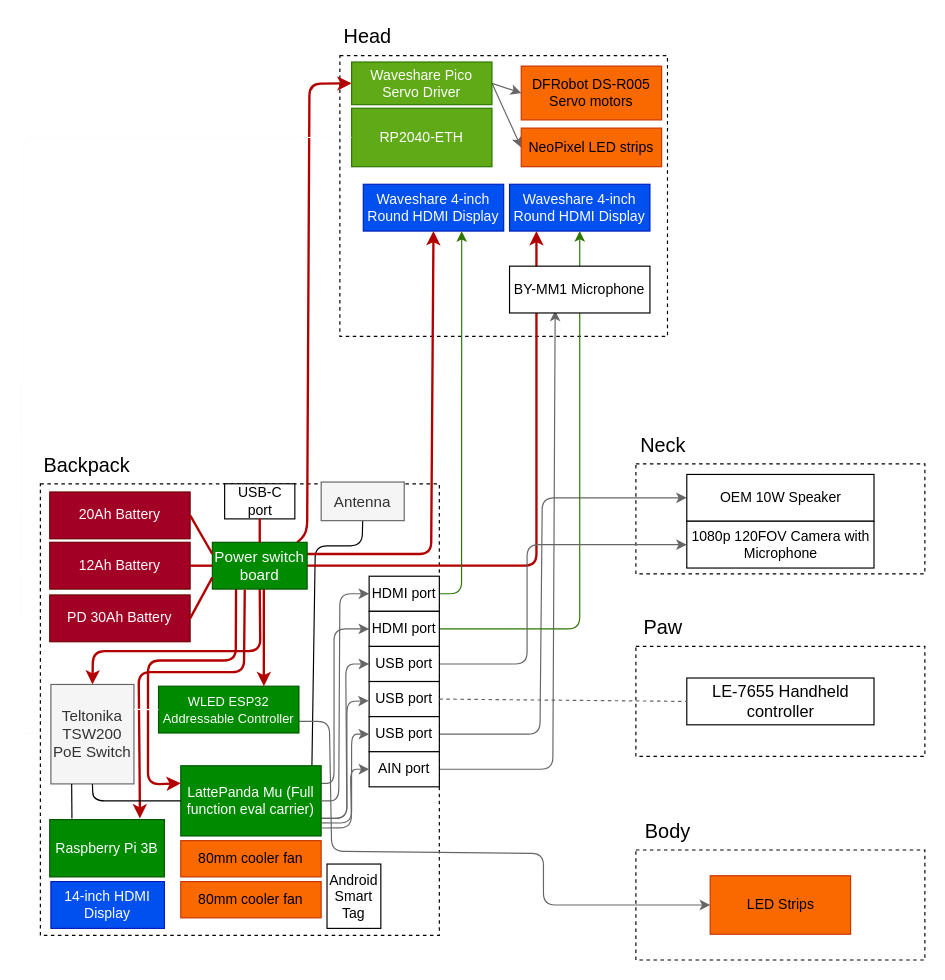
Before: Planning/Hardware.drawio in MekhyW/DYNAMO-Electronic-Fursuit-3.0, a draw.io diagram. Source tidied: cells renumbered, new cells numbered last; positions are measured from the earlier drawing's top-left corner, leaving out a move shared by most shapes. Both pictures are drawn from the tidied source at 117%, with x=0, y=0 at pixel (20, 20).
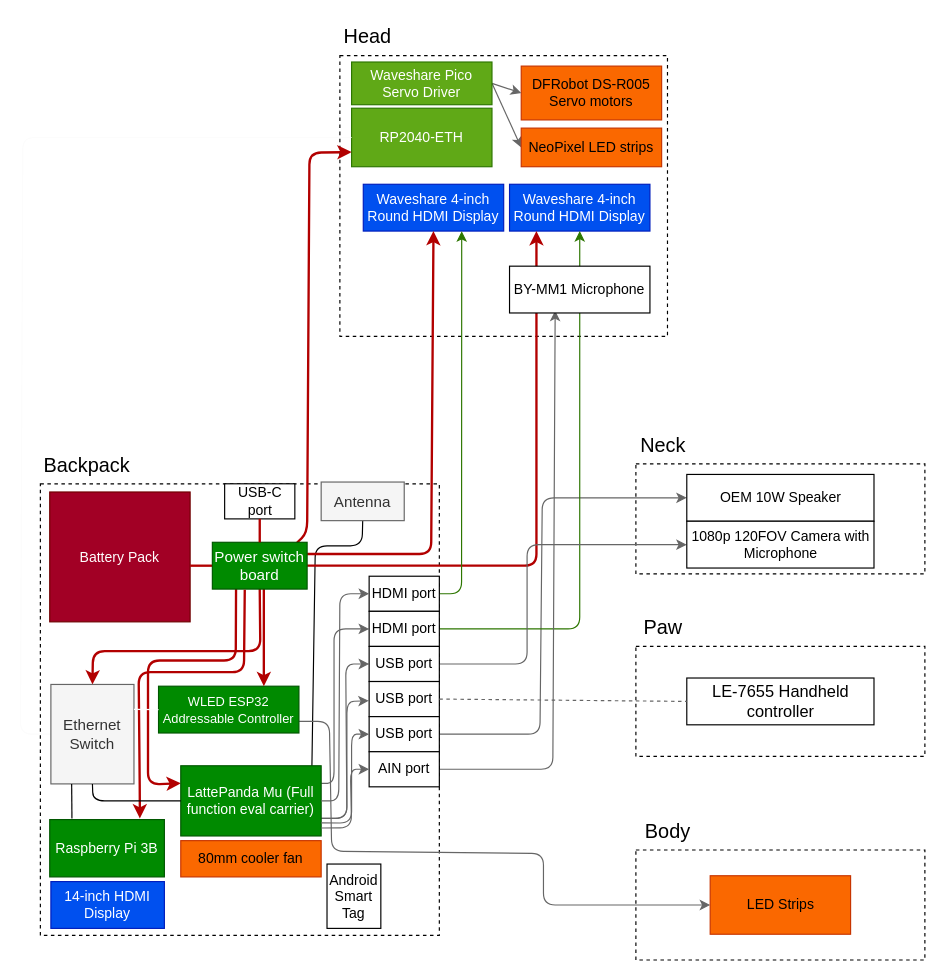
The same page after the edit.

Unchanged cells that the change refers to:
```xml
<mxCell id="6" value="RP2040-ETH" style="rounded=0;whiteSpace=wrap;html=1;fillColor=#60a917;fontColor=#ffffff;strokeColor=#2D7600;" parent="1" vertex="1">
  <mxGeometry x="283" y="75" width="120" height="50" as="geometry" />
</mxCell>
<mxCell id="50" value="&lt;font style=&quot;font-size: 13px;&quot;&gt;Power switch board&lt;/font&gt;" style="rounded=0;whiteSpace=wrap;html=1;fillColor=#008a00;fontColor=#ffffff;strokeColor=#005700;fontSize=13;" parent="1" vertex="1">
  <mxGeometry x="164" y="446" width="81" height="40" as="geometry" />
</mxCell>
<mxCell id="69" value="Waveshare Pico Servo Driver" style="rounded=0;whiteSpace=wrap;html=1;fillColor=#60a917;fontColor=#ffffff;strokeColor=#2D7600;" parent="1" vertex="1">
  <mxGeometry x="283" y="35.5" width="120" height="36.5" as="geometry" />
</mxCell>
```

Change to the diagram source:
```diff
@@
-    <mxCell id="11" value="PD 30Ah Battery" style="rounded=0;whiteSpace=wrap;html=1;fillColor=#a20025;fontColor=#ffffff;strokeColor=#6F0000;" parent="1" vertex="1">
-      <mxGeometry x="25" y="491" width="120" height="40" as="geometry" />
-    </mxCell>
-    <mxCell id="12" value="20Ah Battery" style="rounded=0;whiteSpace=wrap;html=1;fillColor=#a20025;fontColor=#ffffff;strokeColor=#6F0000;" parent="1" vertex="1">
-      <mxGeometry x="25" y="403" width="120" height="40" as="geometry" />
+    <mxCell id="12" value="Battery Pack" style="rounded=0;whiteSpace=wrap;html=1;fillColor=#a20025;fontColor=#ffffff;strokeColor=#6F0000;" parent="1" vertex="1">
+      <mxGeometry x="25" y="403" width="120" height="111" as="geometry" />
     </mxCell>
@@
-    <mxCell id="37" value="12Ah Battery" style="rounded=0;whiteSpace=wrap;html=1;fillColor=#a20025;fontColor=#ffffff;strokeColor=#6F0000;" parent="1" vertex="1">
-      <mxGeometry x="25" y="446" width="120" height="40" as="geometry" />
-    </mxCell>
@@
-    <mxCell id="46" value="80mm cooler fan" style="rounded=0;whiteSpace=wrap;html=1;fillColor=#fa6800;fontColor=#000000;strokeColor=#C73500;" parent="1" vertex="1">
-      <mxGeometry x="137" y="736" width="120" height="31" as="geometry" />
-    </mxCell>
@@
-    <mxCell id="49" style="edgeStyle=none;html=1;exitX=0.887;exitY=0.02;exitDx=0;exitDy=0;entryX=0;entryY=0.5;entryDx=0;entryDy=0;endArrow=classic;endFill=1;strokeColor=#B20000;strokeWidth=2;exitPerimeter=0;" parent="1" edge="1" source="50" target="69">
+    <mxCell id="49" style="edgeStyle=none;html=1;exitX=0.887;exitY=0.02;exitDx=0;exitDy=0;entryX=0;entryY=0.75;entryDx=0;entryDy=0;endArrow=classic;endFill=1;strokeColor=#B20000;strokeWidth=2;exitPerimeter=0;" parent="1" edge="1" source="50" target="6">
       <mxGeometry relative="1" as="geometry">
         <Array as="points">
           <mxPoint x="245" y="438" />
-          <mxPoint x="247" y="54" />
+          <mxPoint x="247" y="113" />
         </Array>
       </mxGeometry>
     </mxCell>
@@
-    <mxCell id="53" style="edgeStyle=none;html=1;fillColor=#e51400;strokeColor=#B20000;strokeWidth=2;entryX=0;entryY=0.75;entryDx=0;entryDy=0;endArrow=none;exitX=1;exitY=0.5;exitDx=0;exitDy=0;" parent="1" edge="1" source="11" target="50">
-      <mxGeometry relative="1" as="geometry" />
-    </mxCell>
-    <mxCell id="54" style="edgeStyle=none;html=1;fillColor=#e51400;strokeColor=#B20000;strokeWidth=2;entryX=0;entryY=0.25;entryDx=0;entryDy=0;endArrow=none;exitX=1;exitY=0.5;exitDx=0;exitDy=0;" parent="1" edge="1" source="12" target="50">
-      <mxGeometry relative="1" as="geometry" />
-    </mxCell>
@@
-    <mxCell id="60" value="Teltonika TSW200 PoE Switch" style="whiteSpace=wrap;html=1;labelBackgroundColor=none;fontSize=13;fillColor=#f5f5f5;fontColor=#333333;strokeColor=#666666;" parent="1" vertex="1">
+    <mxCell id="60" value="Ethernet Switch" style="whiteSpace=wrap;html=1;labelBackgroundColor=none;fontSize=13;fillColor=#f5f5f5;fontColor=#333333;strokeColor=#666666;" parent="1" vertex="1">
       <mxGeometry x="26" y="567.5" width="71" height="85" as="geometry" />
     </mxCell>
```
